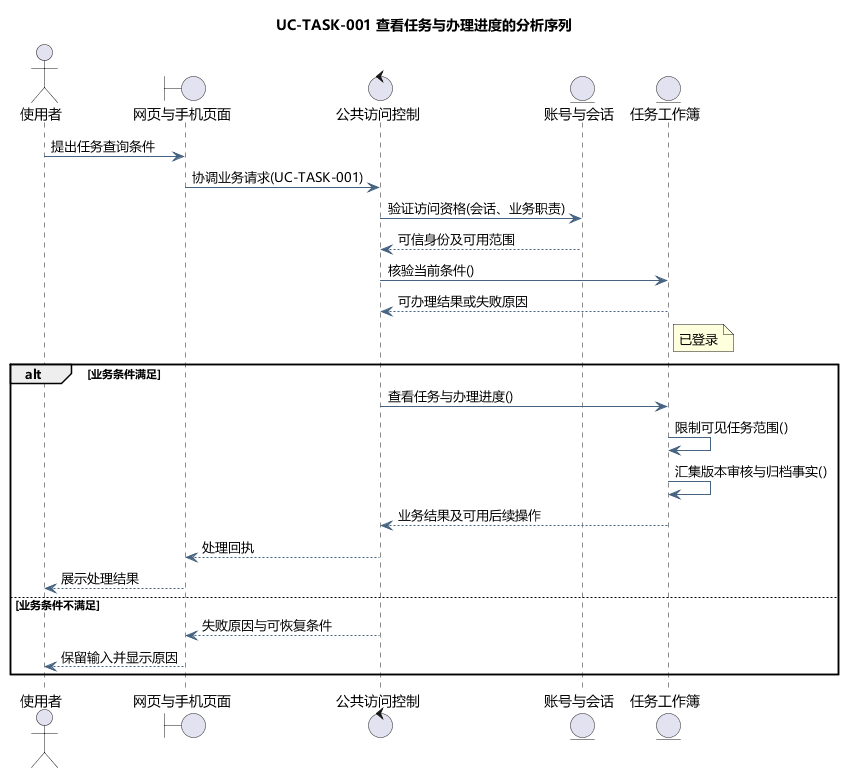
Before: docs/diagrams/analysis/seq-uc-task-001.png, a diagram exported from PlantUML (tccc1csu/miniprogram-csu).
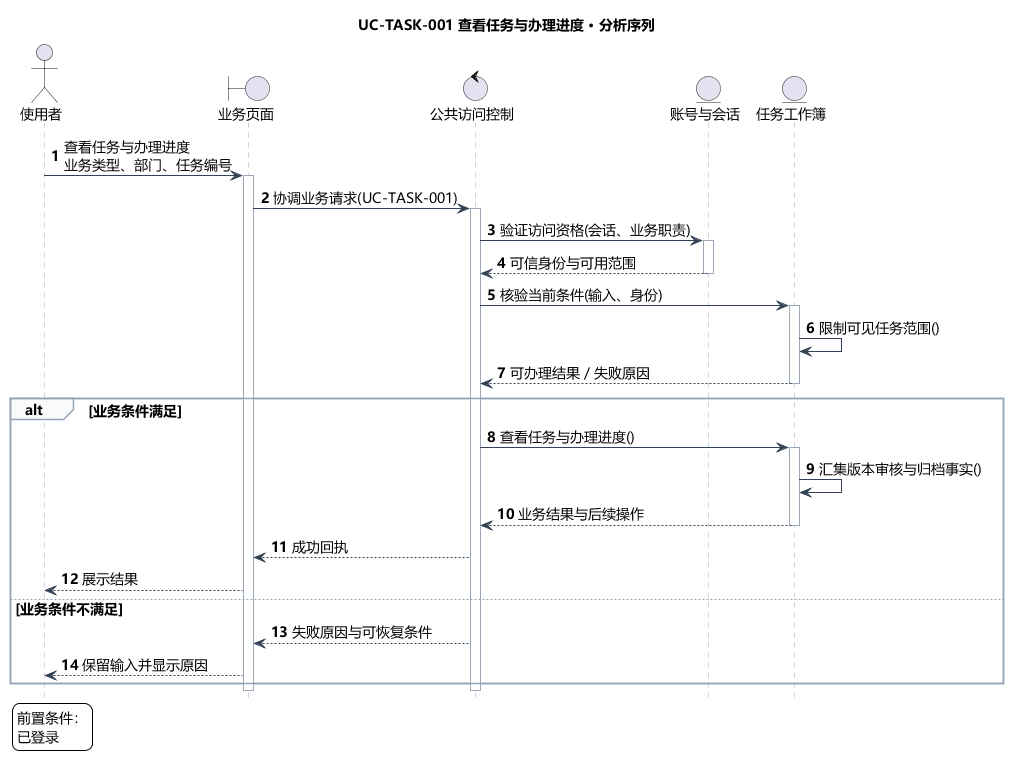
The same diagram one commit later.

What changed in the source:
```diff
@@ -5,31 +5,51 @@
 skinparam ArrowColor #466482
 skinparam classAttributeIconSize 0
 hide empty members
-title UC-TASK-001 查看任务与办理进度的分析序列
+skinparam defaultFontSize 14
+skinparam sequenceLifeLineBorderColor #9AA8B8
+skinparam sequenceArrowColor #334155
+skinparam sequenceGroupBorderColor #94A3B8
+skinparam sequenceGroupBackgroundColor #F8FAFC
+skinparam sequenceParticipantPadding 18
+skinparam maxMessageSize 240
+hide footbox
+autonumber
+title UC-TASK-001 查看任务与办理进度 · 分析序列
 actor "使用者" as actor
-boundary "网页与手机页面" as page
+boundary "业务页面" as page
 control "公共访问控制" as ctl
 entity "账号与会话" as identity
 entity "任务工作簿" as model
-actor -> page : 提出任务查询条件
+actor -> page : 查看任务与办理进度\n业务类型、部门、任务编号
+activate page
 page -> ctl : 协调业务请求(UC-TASK-001)
+activate ctl
 ctl -> identity : 验证访问资格(会话、业务职责)
-identity --> ctl : 可信身份及可用范围
-ctl -> model : 核验当前条件()
-model --> ctl : 可办理结果或失败原因
-note right of model
-已登录
-end note
+activate identity
+identity --> ctl : 可信身份与可用范围
+deactivate identity
+ctl -> model : 核验当前条件(输入、身份)
+activate model
+model -> model : 限制可见任务范围()
+model --> ctl : 可办理结果／失败原因
+deactivate model
 alt 业务条件满足
 ctl -> model : 查看任务与办理进度()
-model -> model : 限制可见任务范围()
+activate model
 model -> model : 汇集版本审核与归档事实()
-model --> ctl : 业务结果及可用后续操作
-ctl --> page : 处理回执
-page --> actor : 展示处理结果
+model --> ctl : 业务结果与后续操作
+deactivate model
+ctl --> page : 成功回执
+page --> actor : 展示结果
 else 业务条件不满足
 ctl --> page : 失败原因与可恢复条件
 page --> actor : 保留输入并显示原因
 end
+deactivate ctl
+deactivate page
+legend bottom left
+前置条件：
+已登录
+endlegend
 
 @enduml
```
